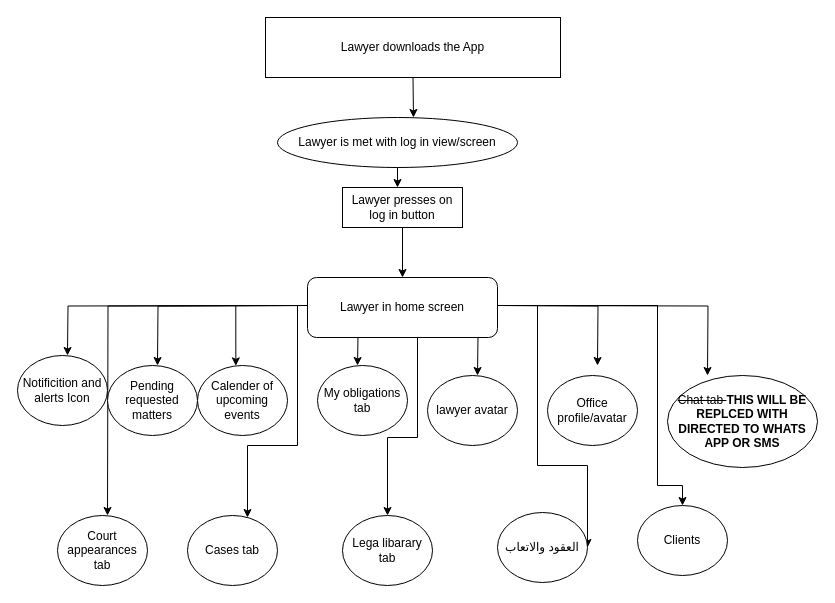
Above: page "BigPicture" (1 of 9) of LawyerApp.drawio in tariq7299/LawyerPrep (draw.io), before the change. Source tidied: cells renumbered, new cells numbered last; positions are measured from the earlier drawing's top-left corner, leaving out a move shared by most shapes. Both pictures are drawn from the tidied source at 100%, with x=0, y=0 at pixel (17, 17).
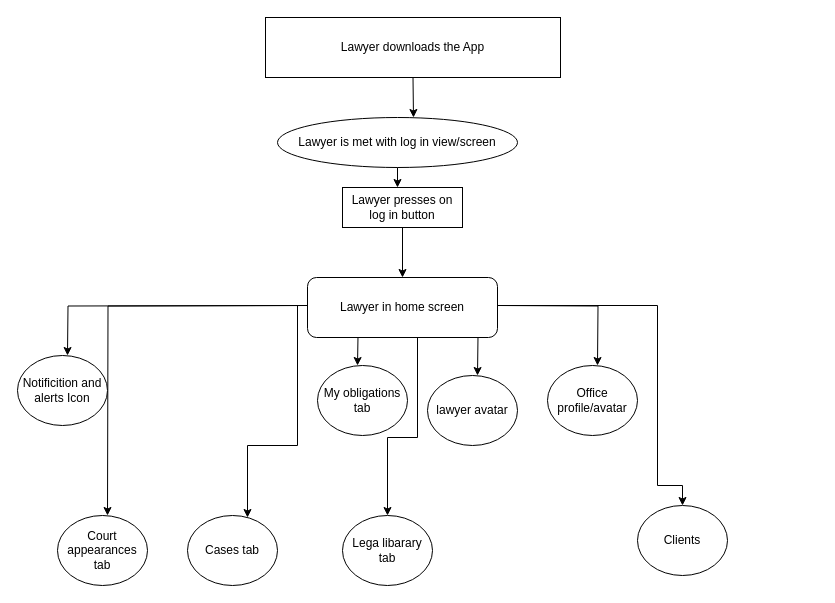
Above is the later version.

The edit, as a diff of the source:
```diff
@@
-    <mxCell id="7" style="edgeStyle=orthogonalEdgeStyle;rounded=0;orthogonalLoop=1;jettySize=auto;html=1;" parent="1" edge="1">
-      <mxGeometry relative="1" as="geometry">
-        <mxPoint x="290" y="288" as="sourcePoint" />
-        <mxPoint x="140" y="348" as="targetPoint" />
-      </mxGeometry>
-    </mxCell>
-    <mxCell id="8" style="edgeStyle=orthogonalEdgeStyle;rounded=0;jettySize=auto;html=1;entryX=0.426;entryY=0.005;entryDx=0;entryDy=0;entryPerimeter=0;" parent="1" edge="1" target="21">
-      <mxGeometry relative="1" as="geometry">
-        <mxPoint x="290" y="288" as="sourcePoint" />
-        <Array as="points">
-          <mxPoint x="218" y="288" />
-        </Array>
-      </mxGeometry>
-    </mxCell>
@@
-    <mxCell id="12" style="edgeStyle=orthogonalEdgeStyle;rounded=0;orthogonalLoop=1;jettySize=auto;html=1;" parent="1" edge="1">
-      <mxGeometry relative="1" as="geometry">
-        <mxPoint x="480" y="288" as="sourcePoint" />
-        <mxPoint x="690" y="358" as="targetPoint" />
-      </mxGeometry>
-    </mxCell>
@@
-    <mxCell id="15" style="edgeStyle=orthogonalEdgeStyle;rounded=0;jettySize=auto;html=1;" parent="1" edge="1" target="29">
-      <mxGeometry relative="1" as="geometry">
-        <mxPoint x="480" y="288" as="sourcePoint" />
-        <Array as="points">
-          <mxPoint x="520" y="288" />
-          <mxPoint x="520" y="448" />
-          <mxPoint x="570" y="448" />
-        </Array>
-      </mxGeometry>
-    </mxCell>
@@
-    <mxCell id="20" value="Pending requested matters" style="ellipse;whiteSpace=wrap;html=1;" parent="1" vertex="1">
-      <mxGeometry x="90" y="348" width="90" height="70" as="geometry" />
-    </mxCell>
-    <mxCell id="21" value="Calender of upcoming events" style="ellipse;whiteSpace=wrap;html=1;" parent="1" vertex="1">
-      <mxGeometry x="180" y="348" width="90" height="70" as="geometry" />
-    </mxCell>
@@
     <mxCell id="24" value="Office profile/avatar" style="ellipse;whiteSpace=wrap;html=1;" parent="1" vertex="1">
-      <mxGeometry x="530" y="358" width="90" height="70" as="geometry" />
+      <mxGeometry x="530" y="348" width="90" height="70" as="geometry" />
     </mxCell>
-    <mxCell id="25" value="&lt;strike&gt;Chat tab &lt;/strike&gt;&lt;b style=&quot;&quot;&gt;THIS WILL BE REPLCED WITH DIRECTED TO WHATS APP OR SMS&lt;/b&gt;" style="ellipse;whiteSpace=wrap;html=1;" parent="1" vertex="1">
-      <mxGeometry x="650" y="358" width="150" height="92" as="geometry" />
-    </mxCell>
@@
-    <mxCell id="29" value="العقود والاتعاب" style="ellipse;whiteSpace=wrap;html=1;" parent="1" vertex="1">
-      <mxGeometry x="480" y="495" width="90" height="70" as="geometry" />
-    </mxCell>
```
